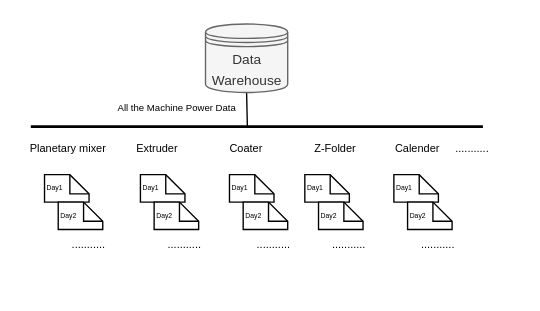
Earlier version of the draw.io diagram data_form.drawio (nimeng95/monika). Source tidied: cells renumbered, new cells numbered last; positions are measured from the earlier drawing's top-left corner, leaving out a move shared by most shapes. Both pictures are drawn from the tidied source at 137%, with x=0, y=0 at pixel (23, 23).
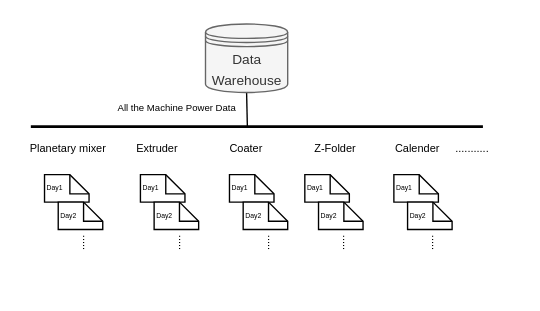
Above is the later version.

The edit, as a diff of the source:
```diff
@@
-    <mxCell id="13" value="&lt;span style=&quot;font-size: 8px&quot;&gt;...........&lt;/span&gt;" style="text;html=1;strokeColor=none;fillColor=none;align=center;verticalAlign=middle;whiteSpace=wrap;rounded=0;" parent="1" vertex="1">
+    <mxCell id="13" value="&lt;span style=&quot;font-size: 8px&quot;&gt;.....&lt;/span&gt;" style="text;html=1;strokeColor=none;fillColor=none;align=center;verticalAlign=middle;whiteSpace=wrap;rounded=0;rotation=90;" parent="1" vertex="1">
       <mxGeometry x="15" y="150" width="65" height="20" as="geometry" />
     </mxCell>
@@
-    <mxCell id="16" value="&lt;span style=&quot;font-size: 8px&quot;&gt;...........&lt;/span&gt;" style="text;html=1;strokeColor=none;fillColor=none;align=center;verticalAlign=middle;whiteSpace=wrap;rounded=0;" parent="1" vertex="1">
-      <mxGeometry x="85" y="150" width="65" height="20" as="geometry" />
-    </mxCell>
@@
-    <mxCell id="19" value="&lt;span style=&quot;font-size: 8px&quot;&gt;...........&lt;/span&gt;" style="text;html=1;strokeColor=none;fillColor=none;align=center;verticalAlign=middle;whiteSpace=wrap;rounded=0;" parent="1" vertex="1">
-      <mxGeometry x="150" y="150" width="65" height="20" as="geometry" />
-    </mxCell>
@@
-    <mxCell id="22" value="&lt;span style=&quot;font-size: 8px&quot;&gt;...........&lt;/span&gt;" style="text;html=1;strokeColor=none;fillColor=none;align=center;verticalAlign=middle;whiteSpace=wrap;rounded=0;" parent="1" vertex="1">
-      <mxGeometry x="205" y="150" width="65" height="20" as="geometry" />
-    </mxCell>
@@
-    <mxCell id="25" value="&lt;span style=&quot;font-size: 8px&quot;&gt;...........&lt;/span&gt;" style="text;html=1;strokeColor=none;fillColor=none;align=center;verticalAlign=middle;whiteSpace=wrap;rounded=0;" parent="1" vertex="1">
-      <mxGeometry x="270" y="150" width="65" height="20" as="geometry" />
-    </mxCell>
@@
+    <mxCell id="27" value="&lt;span style=&quot;font-size: 8px&quot;&gt;.....&lt;/span&gt;" style="text;html=1;strokeColor=none;fillColor=none;align=center;verticalAlign=middle;whiteSpace=wrap;rounded=0;rotation=90;" parent="1" vertex="1">
+      <mxGeometry x="85" y="150" width="65" height="20" as="geometry" />
+    </mxCell>
+    <mxCell id="28" value="&lt;span style=&quot;font-size: 8px&quot;&gt;.....&lt;/span&gt;" style="text;html=1;strokeColor=none;fillColor=none;align=center;verticalAlign=middle;whiteSpace=wrap;rounded=0;rotation=90;" parent="1" vertex="1">
+      <mxGeometry x="150" y="150" width="65" height="20" as="geometry" />
+    </mxCell>
+    <mxCell id="29" value="&lt;span style=&quot;font-size: 8px&quot;&gt;.....&lt;/span&gt;" style="text;html=1;strokeColor=none;fillColor=none;align=center;verticalAlign=middle;whiteSpace=wrap;rounded=0;rotation=90;" parent="1" vertex="1">
+      <mxGeometry x="205" y="150" width="65" height="20" as="geometry" />
+    </mxCell>
+    <mxCell id="30" value="&lt;span style=&quot;font-size: 8px&quot;&gt;.....&lt;/span&gt;" style="text;html=1;strokeColor=none;fillColor=none;align=center;verticalAlign=middle;whiteSpace=wrap;rounded=0;rotation=90;" parent="1" vertex="1">
+      <mxGeometry x="270" y="150" width="65" height="20" as="geometry" />
+    </mxCell>
```
